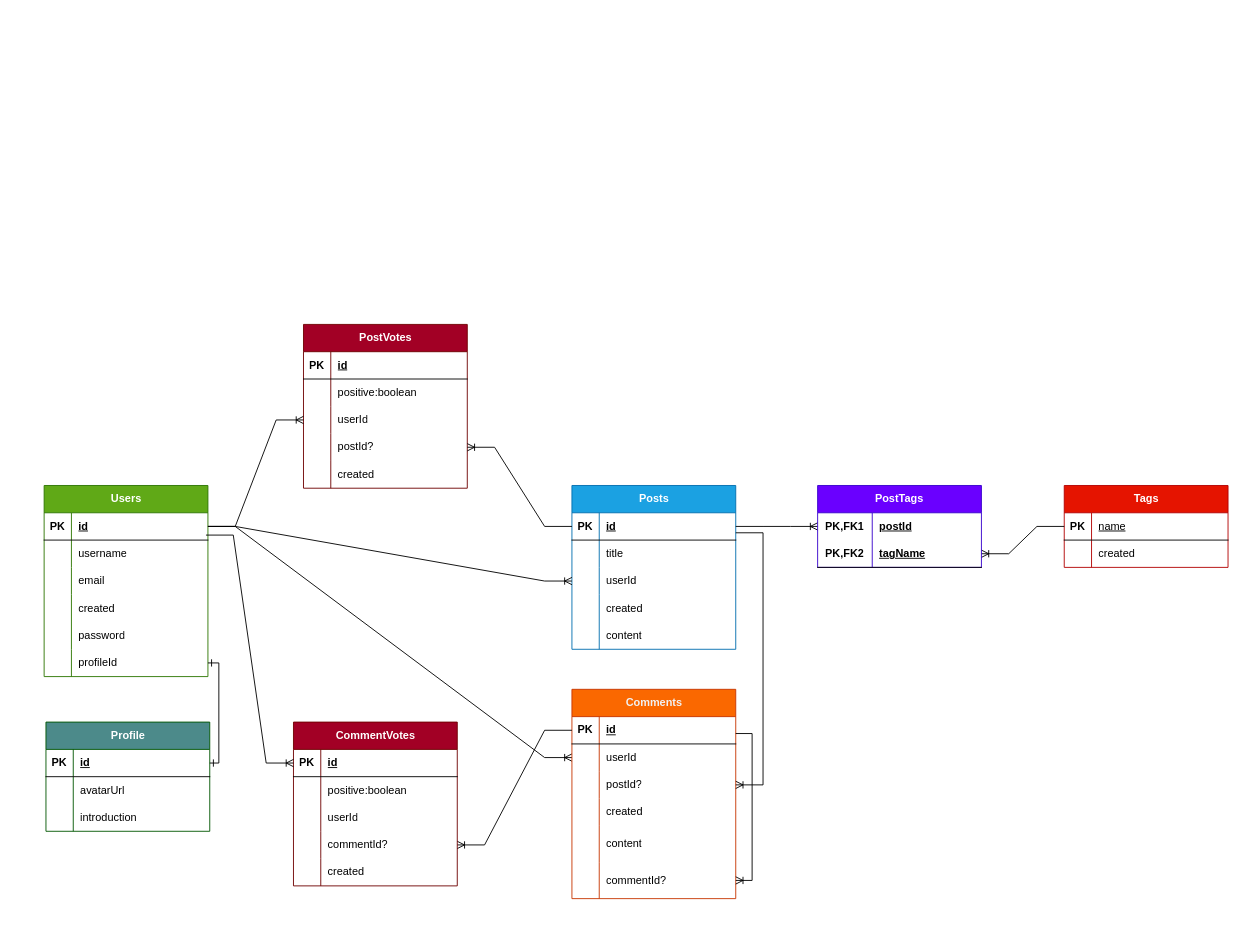
This is backend/random_blog_rel_table.drawio from tMas9941/random-blog, a draw.io file, before an edit. Source tidied: cells renumbered, new cells numbered last; positions are measured from the earlier drawing's top-left corner, leaving out a move shared by most shapes. Both pictures are drawn from the tidied source at 91%, with x=0, y=0 at pixel (44, 324).
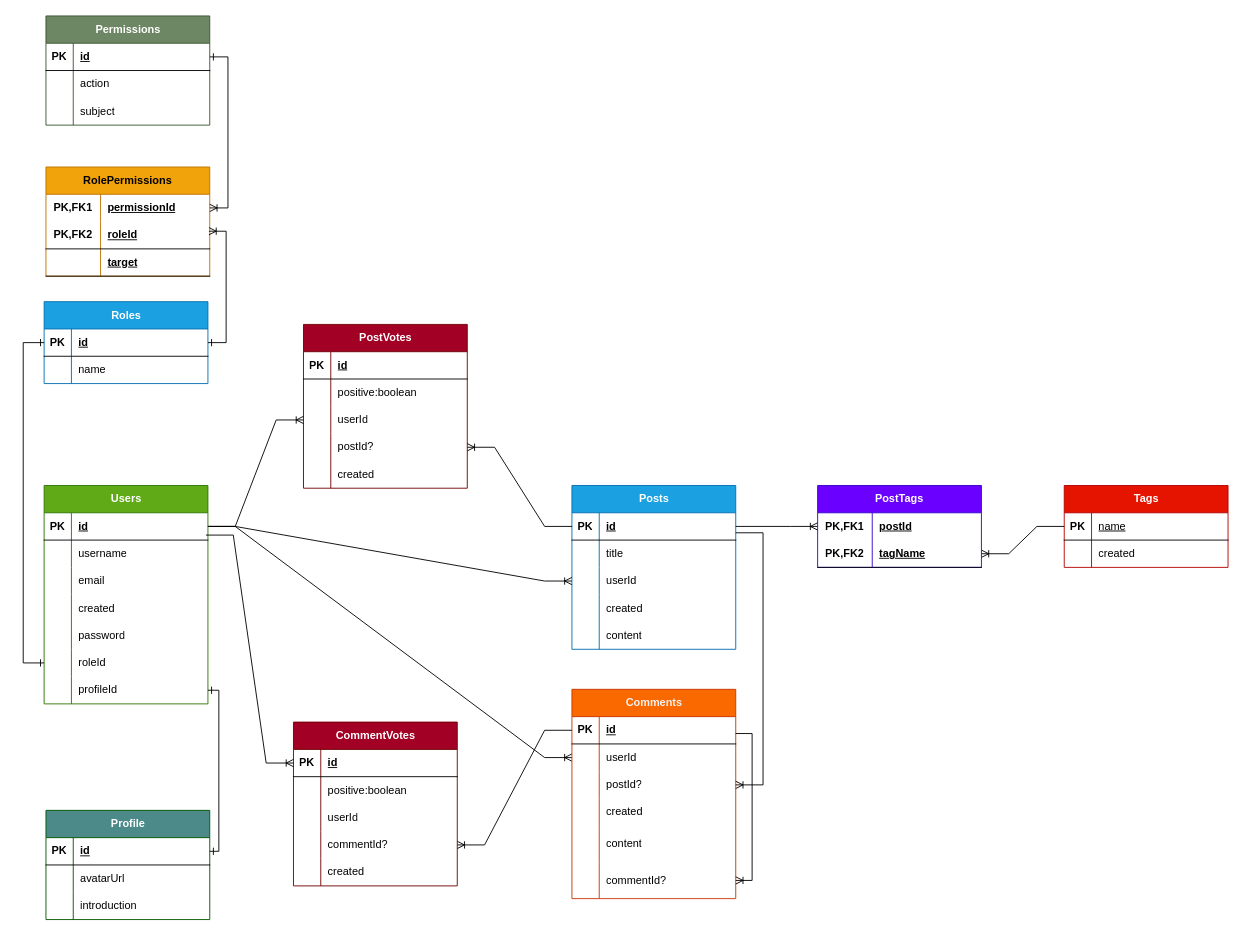
After the change.

Commit message (it also covers changes not shown here):
add Roles, Permission tables, optimize seed

Diff of the diagram source:
```diff
@@
     <mxCell id="18" value="Users" style="shape=table;startSize=30;childLayout=tableLayout;rowLines=0;fontStyle=1;align=center;html=1;fillColor=#60a917;fontColor=#ffffff;strokeColor=#2D7600;" parent="1" vertex="1">
-      <mxGeometry y="177" width="180" height="210" as="geometry" />
+      <mxGeometry y="177" width="180" height="240" as="geometry" />
     </mxCell>
@@
+    <mxCell id="123" style="shape=tableRow;horizontal=0;startSize=0;swimlaneHead=0;swimlaneBody=0;fillColor=none;points=[[0,0.5],[1,0.5]];portConstraint=eastwest;top=0;left=0;right=0;bottom=0;" parent="18" vertex="1">
+      <mxGeometry y="180" width="180" height="30" as="geometry" />
+    </mxCell>
+    <mxCell id="124" style="shape=partialRectangle;fillColor=none;top=0;left=0;bottom=0;right=0;overflow=hidden;whiteSpace=wrap;html=1;" parent="123" vertex="1">
+      <mxGeometry width="30" height="30" as="geometry" />
+    </mxCell>
+    <mxCell id="125" value="roleId" style="shape=partialRectangle;fillColor=none;top=0;left=0;bottom=0;right=0;align=left;spacingLeft=6;overflow=hidden;whiteSpace=wrap;html=1;" parent="123" vertex="1">
+      <mxGeometry x="30" width="150" height="30" as="geometry" />
+    </mxCell>
     <mxCell id="34" style="shape=tableRow;horizontal=0;startSize=0;swimlaneHead=0;swimlaneBody=0;fillColor=none;points=[[0,0.5],[1,0.5]];portConstraint=eastwest;top=0;left=0;right=0;bottom=0;" parent="18" vertex="1">
-      <mxGeometry y="180" width="180" height="30" as="geometry" />
+      <mxGeometry y="210" width="180" height="30" as="geometry" />
     </mxCell>
@@
     <mxCell id="112" value="Profile" style="shape=table;startSize=30;childLayout=tableLayout;rowLines=0;fontStyle=1;align=center;html=1;fillColor=#4C8A8A;fontColor=#ffffff;strokeColor=#005700;" parent="1" vertex="1">
-      <mxGeometry x="2" y="437" width="180" height="120" as="geometry" />
+      <mxGeometry x="2" y="534" width="180" height="120" as="geometry" />
     </mxCell>
@@
+    <mxCell id="126" value="Roles" style="shape=table;startSize=30;childLayout=tableLayout;rowLines=0;fontStyle=1;align=center;html=1;fillColor=#1ba1e2;fontColor=#ffffff;strokeColor=#006EAF;" parent="1" vertex="1">
+      <mxGeometry y="-25" width="180" height="90" as="geometry" />
+    </mxCell>
+    <mxCell id="127" style="shape=tableRow;horizontal=0;startSize=0;swimlaneHead=0;swimlaneBody=0;fillColor=none;points=[[0,0.5],[1,0.5]];portConstraint=eastwest;top=0;left=0;right=0;bottom=1;" parent="126" vertex="1">
+      <mxGeometry y="30" width="180" height="30" as="geometry" />
+    </mxCell>
+    <mxCell id="128" value="PK" style="shape=partialRectangle;fillColor=none;top=0;left=0;bottom=0;right=0;fontStyle=1;overflow=hidden;whiteSpace=wrap;html=1;" parent="127" vertex="1">
+      <mxGeometry width="30" height="30" as="geometry" />
+    </mxCell>
+    <mxCell id="129" value="id" style="shape=partialRectangle;fillColor=none;top=0;left=0;bottom=0;right=0;align=left;spacingLeft=6;fontStyle=5;overflow=hidden;whiteSpace=wrap;html=1;" parent="127" vertex="1">
+      <mxGeometry x="30" width="150" height="30" as="geometry" />
+    </mxCell>
+    <mxCell id="130" style="shape=tableRow;horizontal=0;startSize=0;swimlaneHead=0;swimlaneBody=0;fillColor=none;top=0;left=0;right=0;bottom=0;" parent="126" vertex="1">
+      <mxGeometry y="60" width="180" height="30" as="geometry" />
+    </mxCell>
+    <mxCell id="131" style="shape=partialRectangle;fillColor=none;top=0;left=0;bottom=0;right=0;overflow=hidden;whiteSpace=wrap;html=1;" parent="130" vertex="1">
+      <mxGeometry width="30" height="30" as="geometry" />
+    </mxCell>
+    <mxCell id="132" value="name" style="shape=partialRectangle;fillColor=none;top=0;left=0;bottom=0;right=0;align=left;spacingLeft=6;overflow=hidden;whiteSpace=wrap;html=1;" parent="130" vertex="1">
+      <mxGeometry x="30" width="150" height="30" as="geometry" />
+    </mxCell>
+    <mxCell id="133" value="Permissions" style="shape=table;startSize=30;childLayout=tableLayout;rowLines=0;fontStyle=1;align=center;html=1;fillColor=#6d8764;fontColor=#ffffff;strokeColor=#3A5431;" parent="1" vertex="1">
+      <mxGeometry x="2" y="-339" width="180" height="120" as="geometry" />
+    </mxCell>
+    <mxCell id="134" style="shape=tableRow;horizontal=0;startSize=0;swimlaneHead=0;swimlaneBody=0;fillColor=none;points=[[0,0.5],[1,0.5]];portConstraint=eastwest;top=0;left=0;right=0;bottom=1;" parent="133" vertex="1">
+      <mxGeometry y="30" width="180" height="30" as="geometry" />
+    </mxCell>
+    <mxCell id="135" value="PK" style="shape=partialRectangle;fillColor=none;top=0;left=0;bottom=0;right=0;fontStyle=1;overflow=hidden;whiteSpace=wrap;html=1;" parent="134" vertex="1">
+      <mxGeometry width="30" height="30" as="geometry" />
+    </mxCell>
+    <mxCell id="136" value="id" style="shape=partialRectangle;fillColor=none;top=0;left=0;bottom=0;right=0;align=left;spacingLeft=6;fontStyle=5;overflow=hidden;whiteSpace=wrap;html=1;" parent="134" vertex="1">
+      <mxGeometry x="30" width="150" height="30" as="geometry" />
+    </mxCell>
+    <mxCell id="137" style="shape=tableRow;horizontal=0;startSize=0;swimlaneHead=0;swimlaneBody=0;fillColor=none;top=0;left=0;right=0;bottom=0;" parent="133" vertex="1">
+      <mxGeometry y="60" width="180" height="30" as="geometry" />
+    </mxCell>
+    <mxCell id="138" style="shape=partialRectangle;fillColor=none;top=0;left=0;bottom=0;right=0;overflow=hidden;whiteSpace=wrap;html=1;" parent="137" vertex="1">
+      <mxGeometry width="30" height="30" as="geometry" />
+    </mxCell>
+    <mxCell id="139" value="action" style="shape=partialRectangle;fillColor=none;top=0;left=0;bottom=0;right=0;align=left;spacingLeft=6;overflow=hidden;whiteSpace=wrap;html=1;" parent="137" vertex="1">
+      <mxGeometry x="30" width="150" height="30" as="geometry" />
+    </mxCell>
+    <mxCell id="140" style="shape=tableRow;horizontal=0;startSize=0;swimlaneHead=0;swimlaneBody=0;fillColor=none;top=0;left=0;right=0;bottom=0;" parent="133" vertex="1">
+      <mxGeometry y="90" width="180" height="30" as="geometry" />
+    </mxCell>
+    <mxCell id="141" style="shape=partialRectangle;fillColor=none;top=0;left=0;bottom=0;right=0;overflow=hidden;whiteSpace=wrap;html=1;" parent="140" vertex="1">
+      <mxGeometry width="30" height="30" as="geometry" />
+    </mxCell>
+    <mxCell id="142" value="subject" style="shape=partialRectangle;fillColor=none;top=0;left=0;bottom=0;right=0;align=left;spacingLeft=6;overflow=hidden;whiteSpace=wrap;html=1;" parent="140" vertex="1">
+      <mxGeometry x="30" width="150" height="30" as="geometry" />
+    </mxCell>
+    <mxCell id="143" value="RolePermissions" style="shape=table;startSize=30;childLayout=tableLayout;rowLines=0;fontStyle=1;align=center;html=1;whiteSpace=wrap;fillColor=#f0a30a;fontColor=#000000;strokeColor=#BD7000;" parent="1" vertex="1">
+      <mxGeometry x="2" y="-173" width="180" height="120" as="geometry" />
+    </mxCell>
+    <mxCell id="144" style="shape=tableRow;horizontal=0;startSize=0;swimlaneHead=0;swimlaneBody=0;fillColor=none;points=[[0,0.5],[1,0.5]];portConstraint=eastwest;top=0;left=0;right=0;bottom=0;html=1;" parent="143" vertex="1">
+      <mxGeometry y="30" width="180" height="30" as="geometry" />
+    </mxCell>
+    <mxCell id="145" value="PK,FK1" style="shape=partialRectangle;fillColor=none;top=0;left=0;bottom=0;right=0;fontStyle=1;overflow=hidden;html=1;whiteSpace=wrap;" parent="144" vertex="1">
+      <mxGeometry width="60" height="30" as="geometry" />
+    </mxCell>
+    <mxCell id="146" value="permissionId" style="shape=partialRectangle;fillColor=none;top=0;left=0;bottom=0;right=0;align=left;spacingLeft=6;fontStyle=5;overflow=hidden;html=1;whiteSpace=wrap;" parent="144" vertex="1">
+      <mxGeometry x="60" width="120" height="30" as="geometry" />
+    </mxCell>
+    <mxCell id="147" style="shape=tableRow;horizontal=0;startSize=0;swimlaneHead=0;swimlaneBody=0;fillColor=none;points=[[0,0.5],[1,0.5]];portConstraint=eastwest;top=0;left=0;right=0;bottom=1;html=1;" parent="143" vertex="1">
+      <mxGeometry y="60" width="180" height="30" as="geometry" />
+    </mxCell>
+    <mxCell id="148" value="PK,FK2" style="shape=partialRectangle;fillColor=none;top=0;left=0;bottom=0;right=0;fontStyle=1;overflow=hidden;html=1;whiteSpace=wrap;" parent="147" vertex="1">
+      <mxGeometry width="60" height="30" as="geometry" />
+    </mxCell>
+    <mxCell id="149" value="roleId" style="shape=partialRectangle;fillColor=none;top=0;left=0;bottom=0;right=0;align=left;spacingLeft=6;fontStyle=5;overflow=hidden;html=1;whiteSpace=wrap;" parent="147" vertex="1">
+      <mxGeometry x="60" width="120" height="30" as="geometry" />
+    </mxCell>
+    <mxCell id="150" style="shape=tableRow;horizontal=0;startSize=0;swimlaneHead=0;swimlaneBody=0;fillColor=none;top=0;left=0;right=0;bottom=1;html=1;" parent="143" vertex="1">
+      <mxGeometry y="90" width="180" height="30" as="geometry" />
+    </mxCell>
+    <mxCell id="151" style="shape=partialRectangle;fillColor=none;top=0;left=0;bottom=0;right=0;fontStyle=1;overflow=hidden;html=1;whiteSpace=wrap;" parent="150" vertex="1">
+      <mxGeometry width="60" height="30" as="geometry" />
+    </mxCell>
+    <mxCell id="152" value="target" style="shape=partialRectangle;fillColor=none;top=0;left=0;bottom=0;right=0;align=left;spacingLeft=6;fontStyle=5;overflow=hidden;html=1;whiteSpace=wrap;" parent="150" vertex="1">
+      <mxGeometry x="60" width="120" height="30" as="geometry" />
+    </mxCell>
+    <mxCell id="153" style="edgeStyle=orthogonalEdgeStyle;fontSize=12;html=1;endArrow=ERone;rounded=0;exitX=0;exitY=0.5;exitDx=0;exitDy=0;entryX=0;entryY=0.5;entryDx=0;entryDy=0;endFill=0;startArrow=ERone;startFill=0;" parent="1" edge="1" source="127" target="123">
+      <mxGeometry relative="1" as="geometry">
+        <Array as="points">
+          <mxPoint x="-23" y="20" />
+          <mxPoint x="-23" y="372" />
+        </Array>
+      </mxGeometry>
+    </mxCell>
+    <mxCell id="154" style="edgeStyle=orthogonalEdgeStyle;fontSize=12;html=1;endArrow=ERoneToMany;rounded=0;exitX=1;exitY=0.5;exitDx=0;exitDy=0;entryX=0.995;entryY=0.352;entryDx=0;entryDy=0;entryPerimeter=0;startArrow=ERone;startFill=0;" parent="1" edge="1" source="127" target="147">
+      <mxGeometry relative="1" as="geometry">
+        <Array as="points">
+          <mxPoint x="200" y="20" />
+          <mxPoint x="200" y="-102" />
+        </Array>
+      </mxGeometry>
+    </mxCell>
+    <mxCell id="155" style="edgeStyle=orthogonalEdgeStyle;fontSize=12;html=1;endArrow=ERoneToMany;rounded=0;exitX=1;exitY=0.5;exitDx=0;exitDy=0;entryX=1;entryY=0.5;entryDx=0;entryDy=0;startArrow=ERone;startFill=0;" parent="1" edge="1" source="134" target="144">
+      <mxGeometry relative="1" as="geometry">
+        <Array as="points">
+          <mxPoint x="202" y="-294" />
+          <mxPoint x="202" y="-128" />
+        </Array>
+      </mxGeometry>
+    </mxCell>
```
